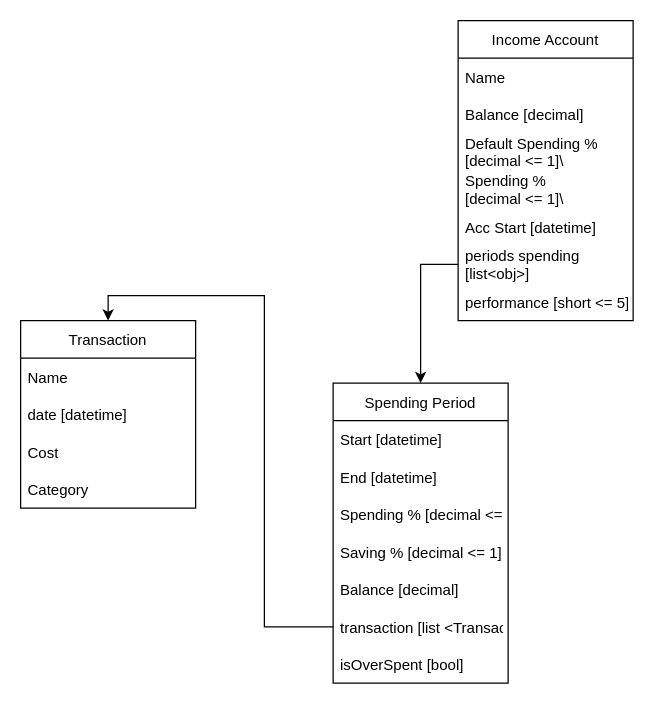
The draw.io diagram Untitled Diagram.drawio in tamnguyen98/KeepBudgeting, before the edit. Source tidied: cells renumbered, new cells numbered last; positions are measured from the earlier drawing's top-left corner, leaving out a move shared by most shapes. Both pictures are drawn from the tidied source at 125%, with x=0, y=0 at pixel (20, 20).
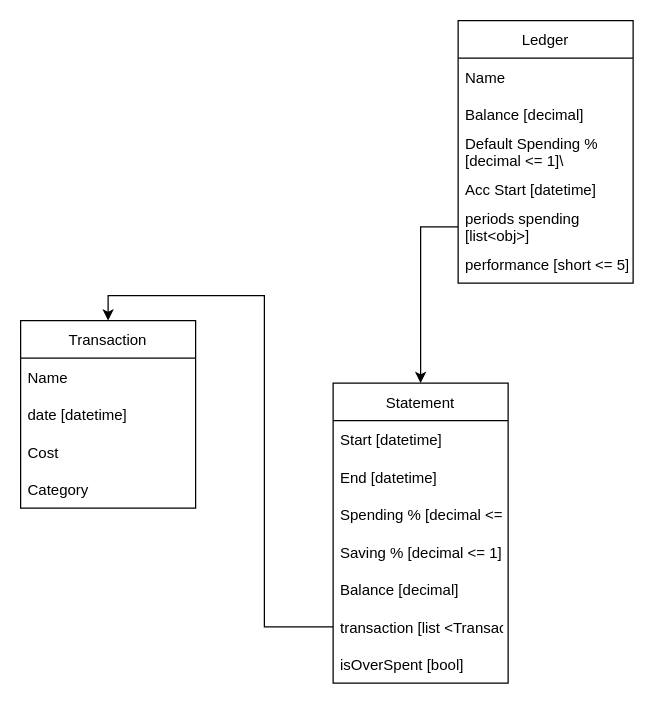
The same page after the edit.

The edit, as a diff of the source:
```diff
@@
-    <mxCell id="7" value="Income Account" style="swimlane;fontStyle=0;horizontal=1;startSize=30;" parent="1" vertex="1">
-      <mxGeometry x="350" width="140" height="240" as="geometry" />
+    <mxCell id="7" value="Ledger" style="swimlane;fontStyle=0;horizontal=1;startSize=30;" parent="1" vertex="1">
+      <mxGeometry x="350" width="140" height="210" as="geometry" />
     </mxCell>
@@
-    <mxCell id="11" value="Spending % &#10;[decimal &lt;= 1]\" style="text;strokeColor=none;fillColor=none;align=left;verticalAlign=middle;spacingLeft=4;spacingRight=4;overflow=hidden;" parent="7" vertex="1">
-      <mxGeometry y="120" width="140" height="30" as="geometry" />
-    </mxCell>
     <mxCell id="12" value="Acc Start [datetime]" style="text;strokeColor=none;fillColor=none;align=left;verticalAlign=middle;spacingLeft=4;spacingRight=4;overflow=hidden;" parent="7" vertex="1">
-      <mxGeometry y="150" width="140" height="30" as="geometry" />
+      <mxGeometry y="120" width="140" height="30" as="geometry" />
     </mxCell>
     <mxCell id="13" value="periods spending&#10;[list&lt;obj&gt;]" style="text;strokeColor=none;fillColor=none;align=left;verticalAlign=middle;spacingLeft=4;spacingRight=4;overflow=hidden;points=[[0,0.5],[1,0.5]];portConstraint=eastwest;" parent="7" vertex="1">
-      <mxGeometry y="180" width="140" height="30" as="geometry" />
+      <mxGeometry y="150" width="140" height="30" as="geometry" />
     </mxCell>
     <mxCell id="14" value="performance [short &lt;= 5]" style="text;strokeColor=none;fillColor=none;align=left;verticalAlign=middle;spacingLeft=4;spacingRight=4;overflow=hidden;" parent="7" vertex="1">
-      <mxGeometry y="210" width="140" height="30" as="geometry" />
+      <mxGeometry y="180" width="140" height="30" as="geometry" />
     </mxCell>
-    <mxCell id="15" value="Spending Period" style="swimlane;fontStyle=0;horizontal=1;startSize=30;" parent="1" vertex="1">
+    <mxCell id="15" value="Statement" style="swimlane;fontStyle=0;horizontal=1;startSize=30;" parent="1" vertex="1">
       <mxGeometry x="250" y="290" width="140" height="240" as="geometry" />
     </mxCell>
```
